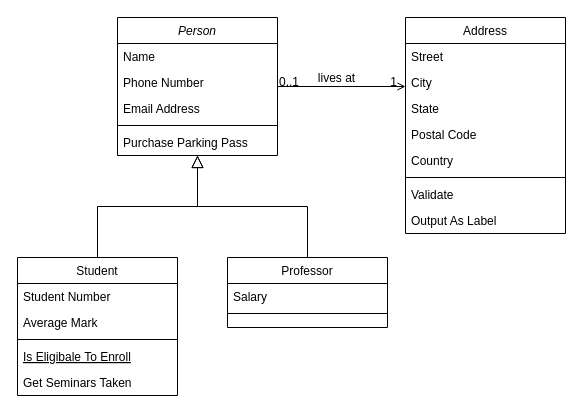
Earlier version of the draw.io diagram Domain-model.drawio (kjetildyrland/DAT250-Assignment-A). Source tidied: cells renumbered, new cells numbered last; positions are measured from the earlier drawing's top-left corner, leaving out a move shared by most shapes. Both pictures are drawn from the tidied source at 100%, with x=0, y=0 at pixel (17, 17).
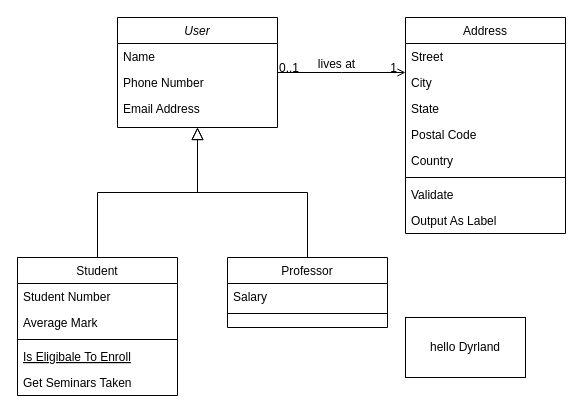
Above is the later version.

Diff of the diagram source:
```diff
@@
-    <mxCell id="2" value="Person" style="swimlane;fontStyle=2;align=center;verticalAlign=top;horizontal=1;startSize=26;rounded=0;shadow=0;strokeWidth=1;" parent="1" vertex="1">
-      <mxGeometry x="100" width="160" height="138" as="geometry" />
+    <mxCell id="2" value="User" style="swimlane;fontStyle=2;align=center;verticalAlign=top;horizontal=1;startSize=26;rounded=0;shadow=0;strokeWidth=1;" parent="1" vertex="1">
+      <mxGeometry x="100" width="160" height="110" as="geometry" />
     </mxCell>
@@
-    <mxCell id="6" style="line;html=1;strokeWidth=1;align=left;verticalAlign=middle;spacingTop=-1;spacingLeft=3;spacingRight=3;labelPosition=right;" parent="2" vertex="1">
-      <mxGeometry y="104" width="160" height="8" as="geometry" />
-    </mxCell>
-    <mxCell id="7" value="Purchase Parking Pass" style="text;align=left;verticalAlign=top;spacingLeft=4;spacingRight=4;overflow=hidden;" parent="2" vertex="1">
-      <mxGeometry y="112" width="160" height="26" as="geometry" />
-    </mxCell>
@@
+    <mxCell id="32" value="hello Dyrland&lt;br&gt;" style="rounded=0;whiteSpace=wrap;html=1;" parent="1" vertex="1">
+      <mxGeometry x="388" y="300" width="120" height="60" as="geometry" />
+    </mxCell>
```
